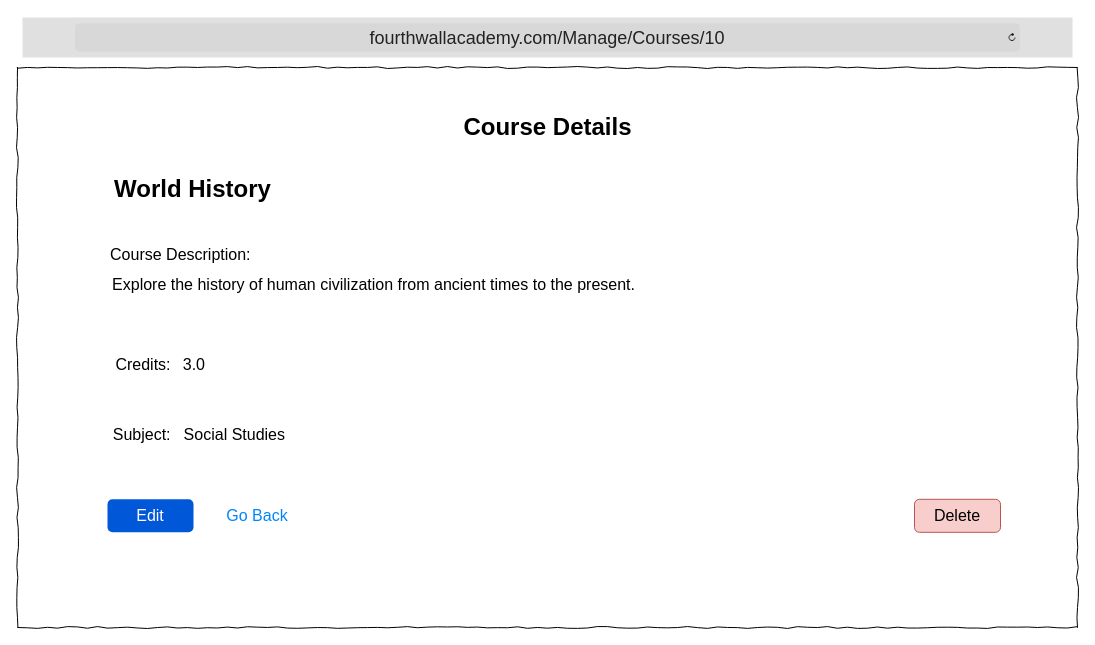
Before: DesignDocument/Wireframes/4hWallAcademy_Courses_Details.drawio in TRed91/4thWallAcademy, a draw.io diagram. Source tidied: cells renumbered, new cells numbered last; positions are measured from the earlier drawing's top-left corner, leaving out a move shared by most shapes. Both pictures are drawn from the tidied source at 100%, with x=0, y=0 at pixel (17, 17).
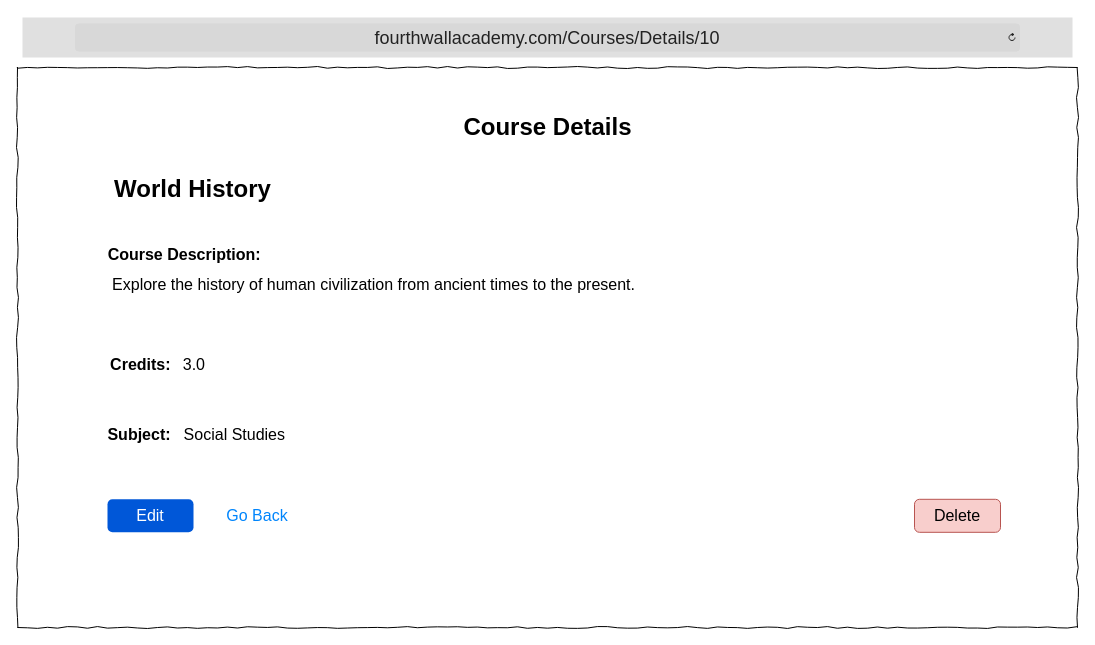
The same page after the edit.

Change to the diagram source:
```diff
@@
 <mxGraphModel>
   <root>
     <mxCell id="0" />
     <mxCell id="1" parent="0" />
     <mxCell id="2" style="whiteSpace=wrap;html=1;rounded=0;shadow=0;labelBackgroundColor=none;strokeColor=#000000;strokeWidth=1;fillColor=none;fontFamily=Verdana;fontSize=12;fontColor=#000000;align=center;comic=1;" parent="1" vertex="1">
       <mxGeometry y="50" width="1060" height="560" as="geometry" />
     </mxCell>
-    <mxCell id="3" value="&lt;font style=&quot;font-size: 18px;&quot;&gt;fourthwallacademy.com/Manage/Courses/10&lt;/font&gt;" style="html=1;strokeWidth=1;shadow=0;dashed=0;shape=mxgraph.ios7ui.url;fillColor=#e0e0e0;strokeColor=#c0c0c0;buttonText=;strokeColor2=#222222;fontColor=#222222;fontSize=8;spacingTop=2;align=center;whiteSpace=wrap;" parent="1" vertex="1">
+    <mxCell id="3" value="&lt;font style=&quot;font-size: 18px;&quot;&gt;fourthwallacademy.com/Courses/Details/10&lt;/font&gt;" style="html=1;strokeWidth=1;shadow=0;dashed=0;shape=mxgraph.ios7ui.url;fillColor=#e0e0e0;strokeColor=#c0c0c0;buttonText=;strokeColor2=#222222;fontColor=#222222;fontSize=8;spacingTop=2;align=center;whiteSpace=wrap;" parent="1" vertex="1">
       <mxGeometry x="5" width="1050" height="40" as="geometry" />
     </mxCell>
     <mxCell id="4" value="World History" style="text;strokeColor=none;fillColor=none;html=1;fontSize=24;fontStyle=1;verticalAlign=middle;align=center;" parent="1" vertex="1">
       <mxGeometry x="70" y="151.8" width="210" height="40" as="geometry" />
     </mxCell>
-    <mxCell id="5" value="&lt;font style=&quot;font-size: 16px;&quot;&gt;Course Description:&amp;nbsp;&lt;/font&gt;" style="text;html=1;align=right;verticalAlign=middle;whiteSpace=wrap;rounded=0;" parent="1" vertex="1">
-      <mxGeometry x="90" y="221.8" width="150" height="30" as="geometry" />
+    <mxCell id="5" value="&lt;font style=&quot;font-size: 16px;&quot;&gt;&lt;b&gt;Course Description:&amp;nbsp;&lt;/b&gt;&lt;/font&gt;" style="text;html=1;align=right;verticalAlign=middle;whiteSpace=wrap;rounded=0;" parent="1" vertex="1">
+      <mxGeometry x="90" y="221.8" width="160" height="30" as="geometry" />
     </mxCell>
-    <mxCell id="6" value="&lt;font style=&quot;font-size: 16px;&quot;&gt;Credits:&amp;nbsp;&lt;/font&gt;" style="text;html=1;align=right;verticalAlign=middle;whiteSpace=wrap;rounded=0;" parent="1" vertex="1">
+    <mxCell id="6" value="&lt;font style=&quot;font-size: 16px;&quot;&gt;&lt;b&gt;Credits:&amp;nbsp;&lt;/b&gt;&lt;/font&gt;" style="text;html=1;align=right;verticalAlign=middle;whiteSpace=wrap;rounded=0;" parent="1" vertex="1">
       <mxGeometry x="90" y="331.8" width="70" height="30" as="geometry" />
     </mxCell>
-    <mxCell id="7" value="&lt;font style=&quot;font-size: 16px;&quot;&gt;Subject:&amp;nbsp;&lt;/font&gt;" style="text;html=1;align=right;verticalAlign=middle;whiteSpace=wrap;rounded=0;" parent="1" vertex="1">
+    <mxCell id="7" value="&lt;font style=&quot;font-size: 16px;&quot;&gt;&lt;b&gt;Subject:&amp;nbsp;&lt;/b&gt;&lt;/font&gt;" style="text;html=1;align=right;verticalAlign=middle;whiteSpace=wrap;rounded=0;" parent="1" vertex="1">
       <mxGeometry x="90" y="401.8" width="70" height="30" as="geometry" />
     </mxCell>
     <mxCell id="8" value="&lt;font style=&quot;font-size: 16px;&quot;&gt;Edit&lt;/font&gt;" style="rounded=1;fillColor=#0057D8;strokeColor=none;html=1;whiteSpace=wrap;fontColor=#ffffff;align=center;verticalAlign=middle;fontStyle=0;fontSize=12;sketch=0;" parent="1" vertex="1">
       <mxGeometry x="90" y="481.8" width="86" height="33" as="geometry" />
     </mxCell>
     <mxCell id="9" value="Go Back" style="html=1;shadow=0;dashed=0;shape=mxgraph.bootstrap.rrect;rSize=5;strokeColor=none;strokeWidth=1;fillColor=none;fontColor=#0085FC;whiteSpace=wrap;align=center;verticalAlign=middle;spacingLeft=0;fontStyle=0;fontSize=16;spacing=5;" parent="1" vertex="1">
       <mxGeometry x="190" y="478.2" width="100" height="40" as="geometry" />
     </mxCell>
     <mxCell id="10" value="&lt;span style=&quot;font-size: 16px;&quot;&gt;Explore the history of human civilization from ancient times to the present.&lt;/span&gt;" style="text;html=1;align=right;verticalAlign=middle;whiteSpace=wrap;rounded=0;" parent="1" vertex="1">
       <mxGeometry x="90" y="251.8" width="530" height="30" as="geometry" />
     </mxCell>
     <mxCell id="11" value="&lt;font style=&quot;font-size: 16px;&quot;&gt;3.0&lt;/font&gt;" style="text;html=1;align=right;verticalAlign=middle;whiteSpace=wrap;rounded=0;" parent="1" vertex="1">
       <mxGeometry x="160" y="331.8" width="30" height="30" as="geometry" />
     </mxCell>
     <mxCell id="12" value="&lt;font style=&quot;font-size: 16px;&quot;&gt;Social Studies&lt;/font&gt;" style="text;html=1;align=right;verticalAlign=middle;whiteSpace=wrap;rounded=0;" parent="1" vertex="1">
       <mxGeometry x="160" y="401.8" width="110" height="30" as="geometry" />
     </mxCell>
     <mxCell id="13" value="Course Details" style="text;strokeColor=none;fillColor=none;html=1;fontSize=24;fontStyle=1;verticalAlign=middle;align=center;" parent="1" vertex="1">
       <mxGeometry x="425" y="90" width="210" height="40" as="geometry" />
     </mxCell>
     <mxCell id="14" value="&lt;font style=&quot;font-size: 16px;&quot;&gt;Delete&lt;/font&gt;" style="rounded=1;fillColor=#f8cecc;strokeColor=#b85450;html=1;whiteSpace=wrap;align=center;verticalAlign=middle;fontStyle=0;fontSize=12;sketch=0;" parent="1" vertex="1">
       <mxGeometry x="897" y="481.8" width="86" height="33" as="geometry" />
     </mxCell>
   </root>
 </mxGraphModel>
```
